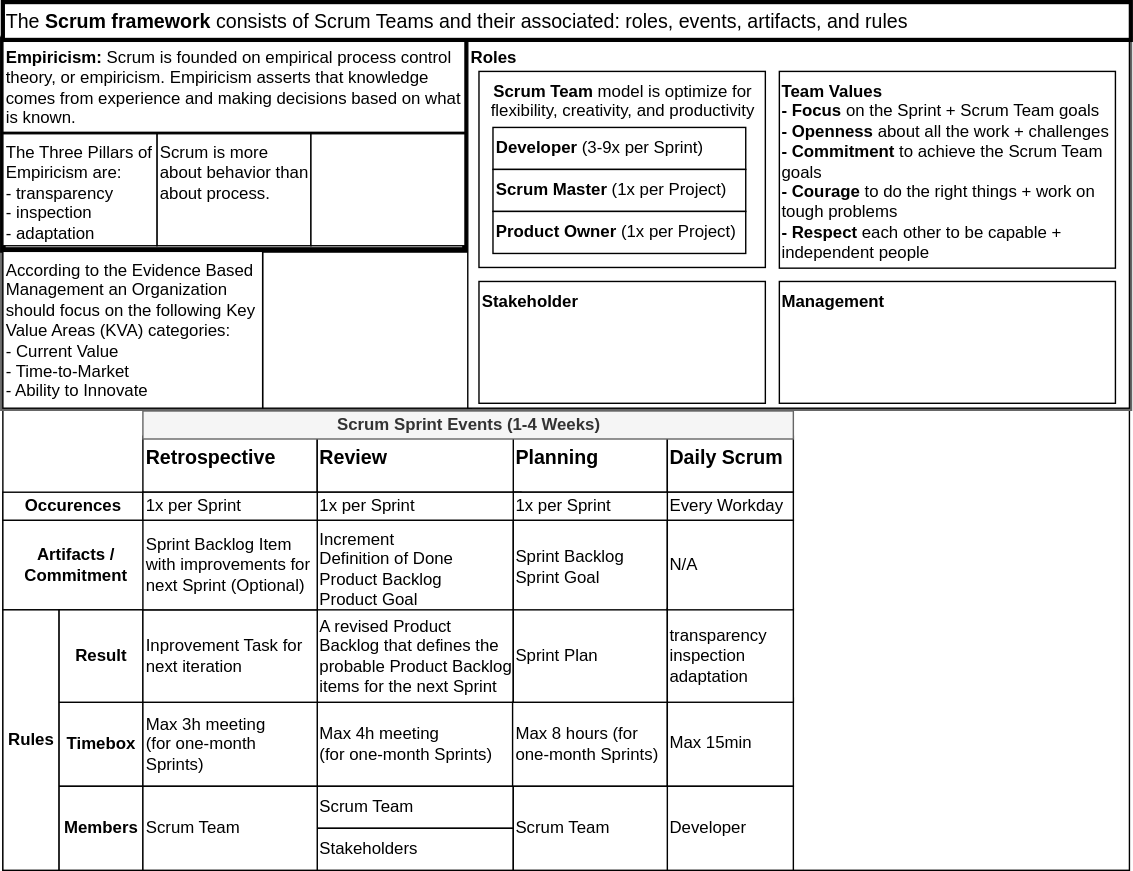
This is docs/tech/projects/scrum.drawio.svg from FullByte/FullByte.github.io, a draw.io export, as it was before one commit. Source tidied: cells renumbered, new cells last; positions are measured from the earlier drawing's top-left corner, leaving out a move shared by most shapes.
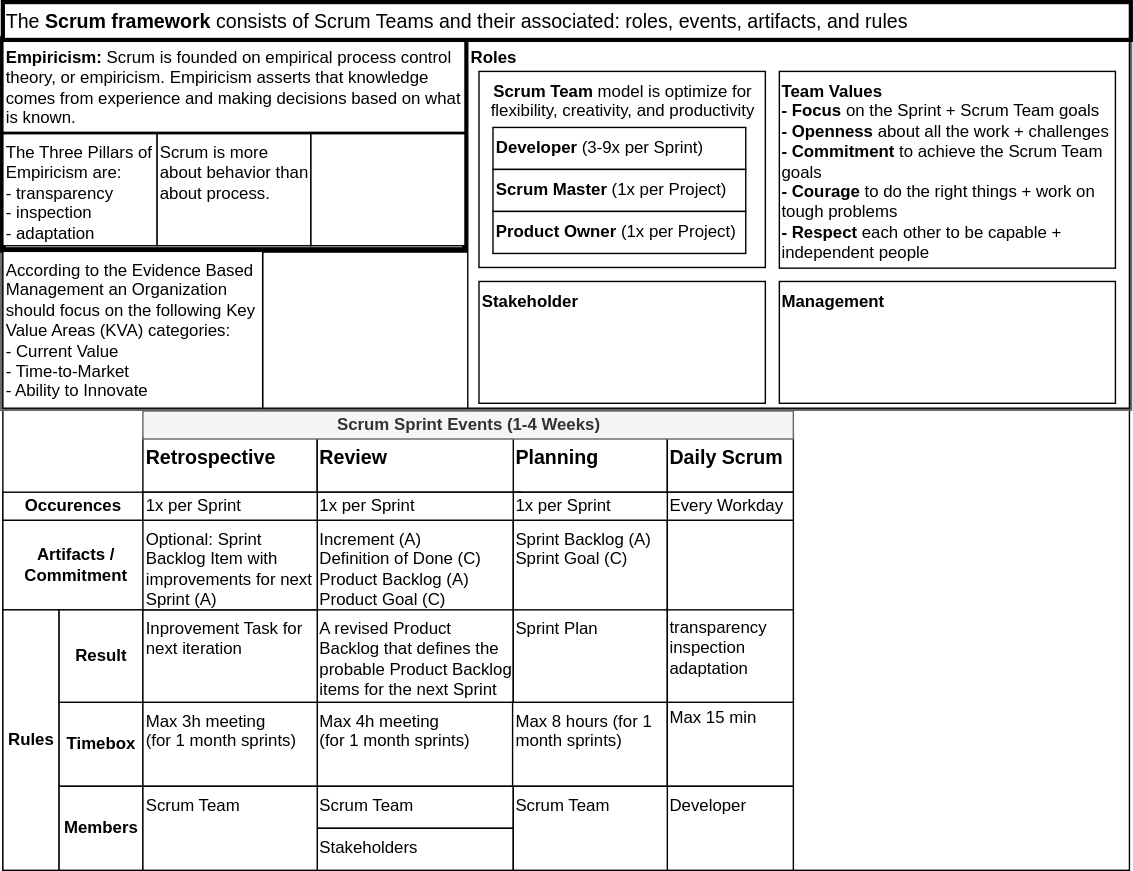
Above is the later version.

What changed in the source:
```diff
@@ -44,7 +44,7 @@
     <mxCell id="15" value="&lt;b style=&quot;font-size: 12px;&quot;&gt;Product Owner&lt;/b&gt; (1x per Project)" style="rounded=0;whiteSpace=wrap;html=1;fontSize=12;align=left;verticalAlign=top;" parent="1" vertex="1">
       <mxGeometry x="349.5" y="149.5" width="180.5" height="30" as="geometry" />
     </mxCell>
-    <mxCell id="16" value="&lt;font style=&quot;font-size: 12px;&quot;&gt;Increment&lt;br style=&quot;font-size: 12px;&quot;&gt;Definition of Done&lt;br style=&quot;font-size: 12px;&quot;&gt;Product Backlog&lt;br style=&quot;font-size: 12px;&quot;&gt;Product Goal&lt;br style=&quot;font-size: 12px;&quot;&gt;&lt;/font&gt;" style="rounded=0;whiteSpace=wrap;html=1;fontSize=12;align=left;" parent="1" vertex="1">
+    <mxCell id="16" value="&lt;font style=&quot;font-size: 12px;&quot;&gt;Increment (A)&lt;br style=&quot;font-size: 12px;&quot;&gt;Definition of Done (C)&lt;br style=&quot;font-size: 12px;&quot;&gt;Product Backlog (A)&lt;br style=&quot;font-size: 12px;&quot;&gt;Product Goal (C)&lt;br style=&quot;font-size: 12px;&quot;&gt;&lt;/font&gt;" style="rounded=0;whiteSpace=wrap;html=1;fontSize=12;align=left;verticalAlign=top;" parent="1" vertex="1">
       <mxGeometry x="224" y="370" width="140" height="70" as="geometry" />
     </mxCell>
     <mxCell id="17" value="Artifacts / Commitment" style="rounded=0;whiteSpace=wrap;html=1;fontSize=12;fontStyle=1;" parent="1" vertex="1">
@@ -53,37 +53,37 @@
     <mxCell id="18" value="Management" style="rounded=0;whiteSpace=wrap;html=1;fontSize=12;fontStyle=1;align=left;verticalAlign=top;" parent="1" vertex="1">
       <mxGeometry x="554" y="199.5" width="240" height="87" as="geometry" />
     </mxCell>
-    <mxCell id="19" value="&lt;font style=&quot;font-size: 12px;&quot;&gt;Sprint Backlog&lt;br style=&quot;font-size: 12px;&quot;&gt;Sprint Goal&lt;br style=&quot;font-size: 12px;&quot;&gt;&lt;/font&gt;" style="rounded=0;whiteSpace=wrap;html=1;fontSize=12;align=left;" parent="1" vertex="1">
+    <mxCell id="19" value="&lt;font style=&quot;font-size: 12px;&quot;&gt;Sprint Backlog (A)&lt;br style=&quot;font-size: 12px;&quot;&gt;Sprint Goal (C)&lt;br style=&quot;font-size: 12px;&quot;&gt;&lt;/font&gt;" style="rounded=0;whiteSpace=wrap;html=1;fontSize=12;align=left;verticalAlign=top;" parent="1" vertex="1">
       <mxGeometry x="364" y="370" width="110" height="65" as="geometry" />
     </mxCell>
     <mxCell id="20" value="&lt;font style=&quot;font-size: 12px;&quot;&gt;Timebox&lt;/font&gt;" style="rounded=0;whiteSpace=wrap;html=1;fontSize=12;fontStyle=1;" parent="1" vertex="1">
       <mxGeometry x="39.5" y="500" width="60" height="60" as="geometry" />
     </mxCell>
-    <mxCell id="21" value="Max 4h meeting&lt;br style=&quot;font-size: 12px;&quot;&gt;(for one-month Sprints)" style="rounded=0;whiteSpace=wrap;html=1;align=left;fontSize=12;" parent="1" vertex="1">
+    <mxCell id="21" value="Max 4h meeting&lt;br style=&quot;font-size: 12px;&quot;&gt;(for 1 month sprints)" style="rounded=0;whiteSpace=wrap;html=1;align=left;fontSize=12;verticalAlign=top;" parent="1" vertex="1">
       <mxGeometry x="224" y="500" width="140" height="60" as="geometry" />
     </mxCell>
     <mxCell id="22" value="Members" style="rounded=0;whiteSpace=wrap;html=1;fontSize=12;fontStyle=1;" parent="1" vertex="1">
       <mxGeometry x="39.5" y="560" width="60" height="60" as="geometry" />
     </mxCell>
-    <mxCell id="23" value="Scrum Team" style="rounded=0;whiteSpace=wrap;html=1;align=left;fontSize=12;" parent="1" vertex="1">
+    <mxCell id="23" value="Scrum Team" style="rounded=0;whiteSpace=wrap;html=1;align=left;fontSize=12;verticalAlign=top;" parent="1" vertex="1">
       <mxGeometry x="224" y="560" width="140" height="30" as="geometry" />
     </mxCell>
-    <mxCell id="24" value="Stakeholders" style="rounded=0;whiteSpace=wrap;html=1;align=left;fontSize=12;" parent="1" vertex="1">
+    <mxCell id="24" value="Stakeholders" style="rounded=0;whiteSpace=wrap;html=1;align=left;fontSize=12;verticalAlign=top;" parent="1" vertex="1">
       <mxGeometry x="224" y="590" width="140" height="30" as="geometry" />
     </mxCell>
     <mxCell id="25" value="Result" style="rounded=0;whiteSpace=wrap;html=1;fontSize=12;fontStyle=1;" parent="1" vertex="1">
       <mxGeometry x="39.5" y="434" width="60" height="66" as="geometry" />
     </mxCell>
-    <mxCell id="26" value="A revised Product Backlog that defines the probable Product Backlog items for the next Sprint" style="rounded=0;whiteSpace=wrap;html=1;align=left;fontSize=12;" parent="1" vertex="1">
+    <mxCell id="26" value="A revised Product Backlog that defines the probable Product Backlog items for the next Sprint" style="rounded=0;whiteSpace=wrap;html=1;align=left;fontSize=12;verticalAlign=top;" parent="1" vertex="1">
       <mxGeometry x="224" y="434" width="140" height="66" as="geometry" />
     </mxCell>
-    <mxCell id="27" value="Max 3h meeting&lt;br style=&quot;font-size: 12px;&quot;&gt;(for one-month Sprints)" style="rounded=0;whiteSpace=wrap;html=1;align=left;fontSize=12;" parent="1" vertex="1">
+    <mxCell id="27" value="Max 3h meeting&lt;br style=&quot;font-size: 12px;&quot;&gt;(for 1 month sprints)" style="rounded=0;whiteSpace=wrap;html=1;align=left;fontSize=12;verticalAlign=top;" parent="1" vertex="1">
       <mxGeometry x="99.5" y="500" width="124.5" height="60" as="geometry" />
     </mxCell>
-    <mxCell id="28" value="Max 8 hours (for one-month Sprints)" style="rounded=0;whiteSpace=wrap;html=1;align=left;fontSize=12;" parent="1" vertex="1">
+    <mxCell id="28" value="Max 8 hours (for 1 month sprints)" style="rounded=0;whiteSpace=wrap;html=1;align=left;fontSize=12;verticalAlign=top;" parent="1" vertex="1">
       <mxGeometry x="363.5" y="500" width="110.5" height="60" as="geometry" />
     </mxCell>
-    <mxCell id="29" value="Max 15min" style="rounded=0;whiteSpace=wrap;html=1;align=left;fontSize=12;" parent="1" vertex="1">
+    <mxCell id="29" value="Max 15 min" style="rounded=0;whiteSpace=wrap;html=1;align=left;fontSize=12;verticalAlign=top;" parent="1" vertex="1">
       <mxGeometry x="474" y="497" width="90" height="63" as="geometry" />
     </mxCell>
     <mxCell id="30" value="Scrum Sprint Events (1-4 Weeks)" style="rounded=0;whiteSpace=wrap;html=1;fontStyle=1;fillColor=#f5f5f5;fontColor=#333333;strokeColor=#666666;" parent="1" vertex="1">
@@ -110,46 +110,46 @@
     <mxCell id="37" value="The &lt;b style=&quot;font-size: 14px;&quot;&gt;Scrum framework&lt;/b&gt; consists of Scrum Teams and their associated: roles, events, artifacts, and rules" style="rounded=0;whiteSpace=wrap;html=1;align=left;fontSize=14;strokeWidth=3;" parent="1" vertex="1">
       <mxGeometry x="-0.5" width="805.5" height="27" as="geometry" />
     </mxCell>
-    <mxCell id="38" value="Developer" style="rounded=0;whiteSpace=wrap;html=1;align=left;fontSize=12;" parent="1" vertex="1">
+    <mxCell id="38" value="Developer" style="rounded=0;whiteSpace=wrap;html=1;align=left;fontSize=12;verticalAlign=top;" parent="1" vertex="1">
       <mxGeometry x="474" y="560" width="90" height="60" as="geometry" />
     </mxCell>
-    <mxCell id="39" value="Scrum Team" style="rounded=0;whiteSpace=wrap;html=1;align=left;fontSize=12;" parent="1" vertex="1">
+    <mxCell id="39" value="Scrum Team" style="rounded=0;whiteSpace=wrap;html=1;align=left;fontSize=12;verticalAlign=top;" parent="1" vertex="1">
       <mxGeometry x="364" y="560" width="110" height="60" as="geometry" />
     </mxCell>
-    <mxCell id="40" value="Scrum Team" style="rounded=0;whiteSpace=wrap;html=1;align=left;fontSize=12;" parent="1" vertex="1">
+    <mxCell id="40" value="Scrum Team" style="rounded=0;whiteSpace=wrap;html=1;align=left;fontSize=12;verticalAlign=top;" parent="1" vertex="1">
       <mxGeometry x="99.5" y="560" width="124.5" height="60" as="geometry" />
     </mxCell>
-    <mxCell id="41" value="&lt;font style=&quot;font-size: 12px;&quot;&gt;Inprovement Task for next iteration&lt;/font&gt;" style="rounded=0;whiteSpace=wrap;html=1;align=left;fontSize=12;" parent="1" vertex="1">
+    <mxCell id="41" value="&lt;font style=&quot;font-size: 12px;&quot;&gt;Inprovement Task for next iteration&lt;/font&gt;" style="rounded=0;whiteSpace=wrap;html=1;align=left;fontSize=12;verticalAlign=top;" parent="1" vertex="1">
       <mxGeometry x="99.5" y="434" width="124.5" height="66" as="geometry" />
     </mxCell>
-    <mxCell id="42" value="&lt;font style=&quot;font-size: 12px;&quot;&gt;Sprint Plan&lt;/font&gt;" style="rounded=0;whiteSpace=wrap;html=1;align=left;fontSize=12;" parent="1" vertex="1">
+    <mxCell id="42" value="&lt;font style=&quot;font-size: 12px;&quot;&gt;Sprint Plan&lt;/font&gt;" style="rounded=0;whiteSpace=wrap;html=1;align=left;fontSize=12;verticalAlign=top;" parent="1" vertex="1">
       <mxGeometry x="364" y="434" width="110" height="66" as="geometry" />
     </mxCell>
-    <mxCell id="43" value="&lt;span style=&quot;font-size: 12px;&quot;&gt;transparency&lt;br style=&quot;font-size: 12px;&quot;&gt;&lt;/span&gt;&lt;span style=&quot;font-size: 12px;&quot;&gt;inspection&amp;nbsp;&lt;br style=&quot;font-size: 12px;&quot;&gt;&lt;/span&gt;&lt;span style=&quot;font-size: 12px;&quot;&gt;adaptation&lt;/span&gt;" style="rounded=0;whiteSpace=wrap;html=1;align=left;fontSize=12;" parent="1" vertex="1">
+    <mxCell id="43" value="&lt;span style=&quot;font-size: 12px;&quot;&gt;transparency&lt;br style=&quot;font-size: 12px;&quot;&gt;&lt;/span&gt;&lt;span style=&quot;font-size: 12px;&quot;&gt;inspection&amp;nbsp;&lt;br style=&quot;font-size: 12px;&quot;&gt;&lt;/span&gt;&lt;span style=&quot;font-size: 12px;&quot;&gt;adaptation&lt;/span&gt;" style="rounded=0;whiteSpace=wrap;html=1;align=left;fontSize=12;verticalAlign=top;" parent="1" vertex="1">
       <mxGeometry x="474" y="433" width="90" height="67" as="geometry" />
     </mxCell>
     <mxCell id="44" value="According to the Evidence Based Management an Organization should focus on the following Key Value Areas (KVA) categories:&lt;br&gt;&lt;span style=&quot;background-color: initial;&quot;&gt;- Current Value&lt;br&gt;&lt;/span&gt;&lt;span style=&quot;background-color: initial;&quot;&gt;- Time-to-Market&lt;br&gt;&lt;/span&gt;&lt;span style=&quot;background-color: initial;&quot;&gt;- Ability to Innovate&lt;/span&gt;&lt;span style=&quot;background-color: initial;&quot;&gt;&lt;br&gt;&lt;/span&gt;" style="rounded=0;whiteSpace=wrap;html=1;align=left;verticalAlign=top;" parent="1" vertex="1">
       <mxGeometry x="-0.5" y="178" width="185.5" height="112" as="geometry" />
     </mxCell>
-    <mxCell id="45" value="&lt;font style=&quot;font-size: 12px;&quot;&gt;Sprint Backlog Item with improvements for next Sprint (Optional)&lt;/font&gt;" style="rounded=0;whiteSpace=wrap;html=1;fontSize=12;align=left;" parent="1" vertex="1">
+    <mxCell id="45" value="&lt;font style=&quot;font-size: 12px;&quot;&gt;Optional: Sprint Backlog Item with improvements for next Sprint (A)&lt;/font&gt;" style="rounded=0;whiteSpace=wrap;html=1;fontSize=12;align=left;verticalAlign=top;" parent="1" vertex="1">
       <mxGeometry x="99.5" y="370" width="124.5" height="64" as="geometry" />
     </mxCell>
-    <mxCell id="46" value="&lt;font style=&quot;font-size: 12px;&quot;&gt;N/A&lt;/font&gt;" style="rounded=0;whiteSpace=wrap;html=1;fontSize=12;align=left;" parent="1" vertex="1">
+    <mxCell id="46" style="rounded=0;whiteSpace=wrap;html=1;fontSize=12;align=left;verticalAlign=top;" parent="1" vertex="1">
       <mxGeometry x="474" y="370" width="90" height="64" as="geometry" />
     </mxCell>
     <mxCell id="47" value="Occurences" style="rounded=0;whiteSpace=wrap;html=1;fontSize=12;fontStyle=1;" parent="1" vertex="1">
       <mxGeometry x="-0.5" y="350" width="100" height="20" as="geometry" />
     </mxCell>
-    <mxCell id="48" value="&lt;font style=&quot;font-size: 12px;&quot;&gt;Every Workday&lt;/font&gt;" style="rounded=0;whiteSpace=wrap;html=1;fontSize=12;align=left;" parent="1" vertex="1">
+    <mxCell id="48" value="&lt;font style=&quot;font-size: 12px;&quot;&gt;Every Workday&lt;/font&gt;" style="rounded=0;whiteSpace=wrap;html=1;fontSize=12;align=left;verticalAlign=middle;" parent="1" vertex="1">
       <mxGeometry x="474" y="350" width="90" height="20" as="geometry" />
     </mxCell>
-    <mxCell id="49" value="&lt;font style=&quot;font-size: 12px;&quot;&gt;1x per Sprint&lt;br style=&quot;font-size: 12px;&quot;&gt;&lt;/font&gt;" style="rounded=0;whiteSpace=wrap;html=1;fontSize=12;align=left;" parent="1" vertex="1">
+    <mxCell id="49" value="&lt;font style=&quot;font-size: 12px;&quot;&gt;1x per Sprint&lt;br style=&quot;font-size: 12px;&quot;&gt;&lt;/font&gt;" style="rounded=0;whiteSpace=wrap;html=1;fontSize=12;align=left;verticalAlign=middle;" parent="1" vertex="1">
       <mxGeometry x="224" y="350" width="145.5" height="20" as="geometry" />
     </mxCell>
-    <mxCell id="50" value="&lt;font style=&quot;font-size: 12px;&quot;&gt;1x per Sprint&lt;br style=&quot;font-size: 12px;&quot;&gt;&lt;/font&gt;" style="rounded=0;whiteSpace=wrap;html=1;fontSize=12;align=left;" parent="1" vertex="1">
+    <mxCell id="50" value="&lt;font style=&quot;font-size: 12px;&quot;&gt;1x per Sprint&lt;br style=&quot;font-size: 12px;&quot;&gt;&lt;/font&gt;" style="rounded=0;whiteSpace=wrap;html=1;fontSize=12;align=left;verticalAlign=middle;" parent="1" vertex="1">
       <mxGeometry x="364" y="350" width="110" height="20" as="geometry" />
     </mxCell>
-    <mxCell id="51" value="1x per Sprint" style="rounded=0;whiteSpace=wrap;html=1;fontSize=12;align=left;" parent="1" vertex="1">
+    <mxCell id="51" value="1x per Sprint" style="rounded=0;whiteSpace=wrap;html=1;fontSize=12;align=left;verticalAlign=middle;" parent="1" vertex="1">
       <mxGeometry x="99.5" y="350" width="124.5" height="20" as="geometry" />
     </mxCell>
   </root>
```
